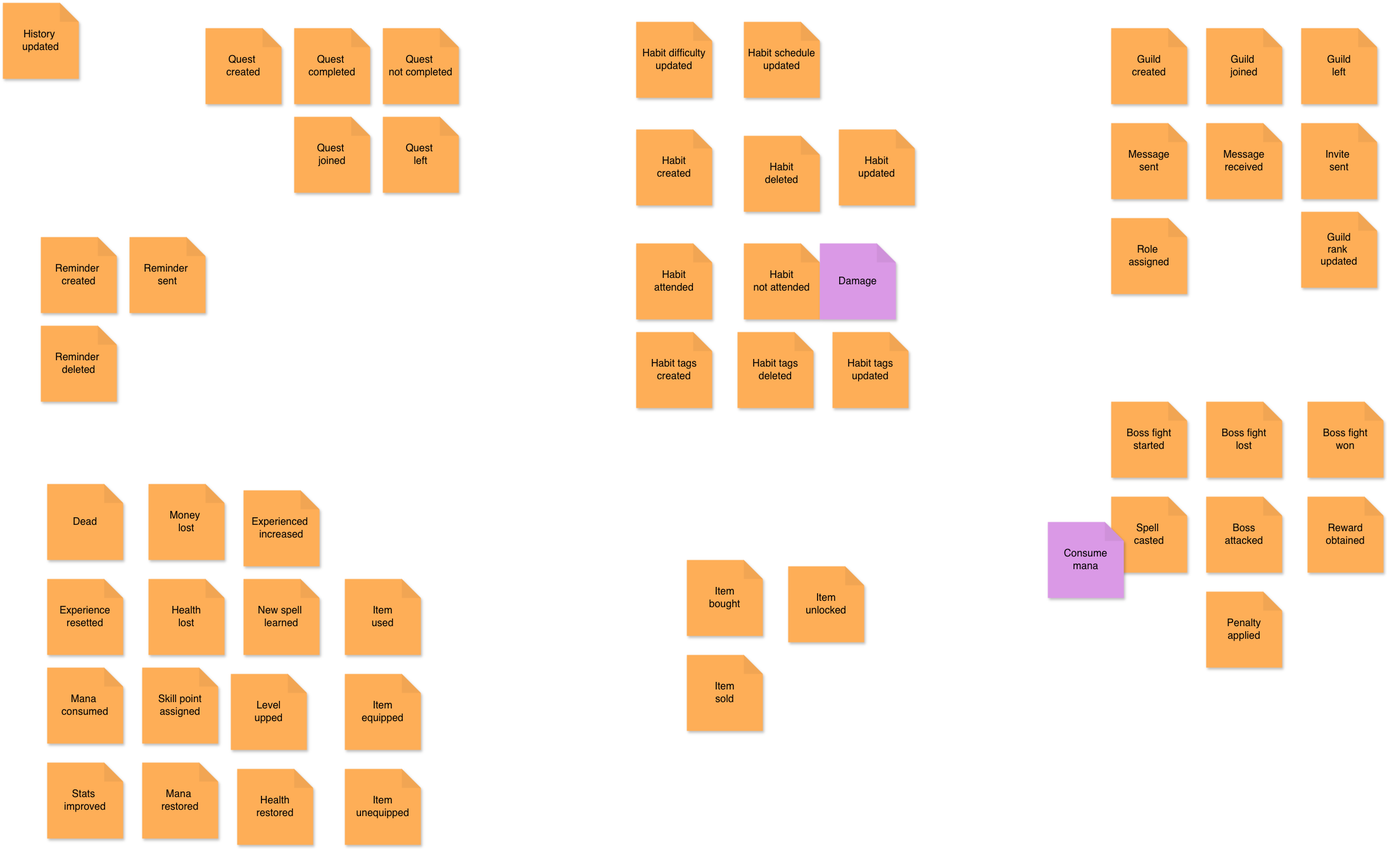
MHS-20/HabitQuest keeps this draw.io diagram as docs/EventStorming.drawio.png. Above is the earlier version. Source tidied: cells renumbered, new cells last; positions are measured from the earlier drawing's top-left corner, leaving out a move shared by most shapes.
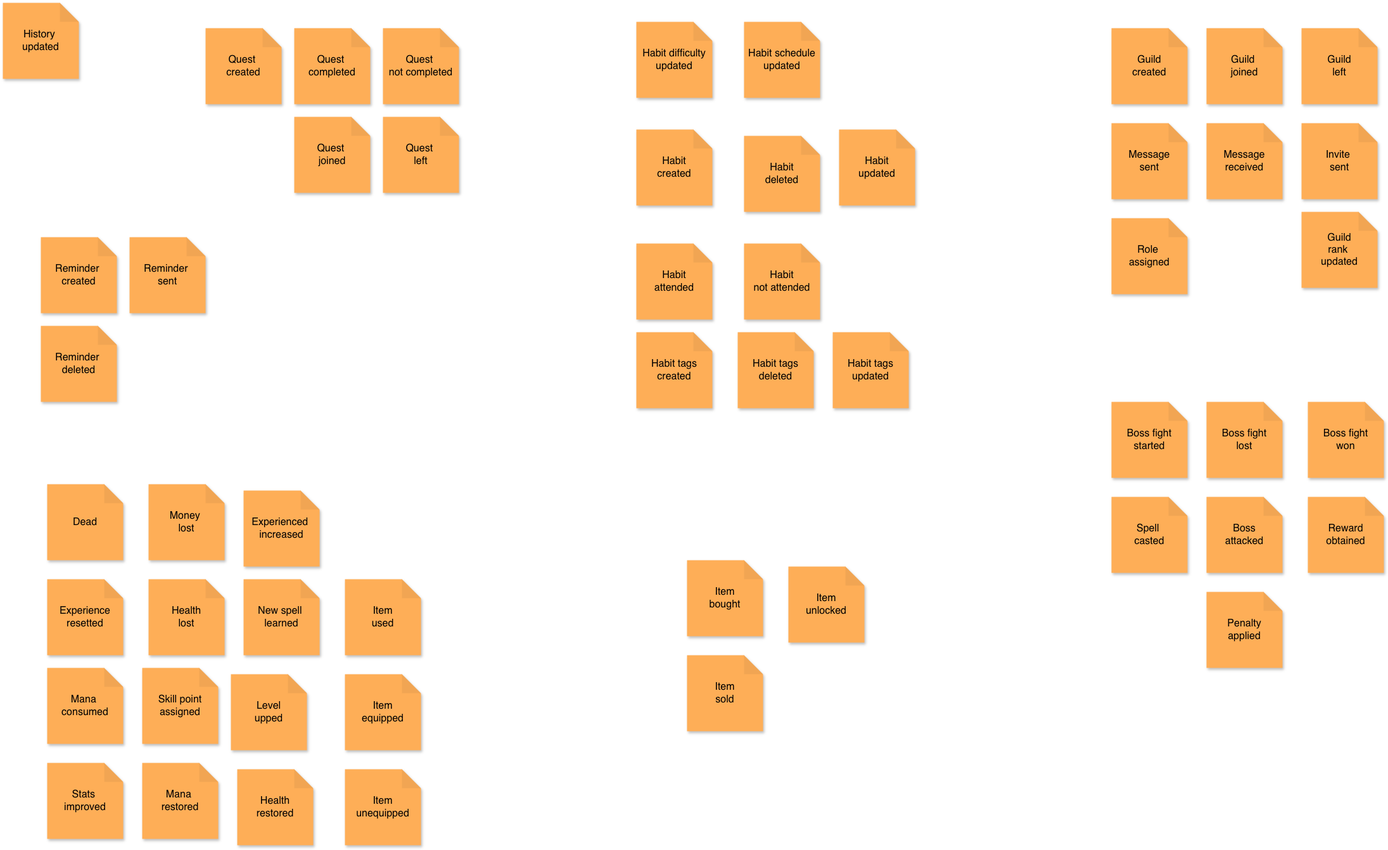
After the commit.

What changed in the source:
```diff
@@ -125,12 +125,6 @@
     <mxCell id="42" value="Mana&amp;nbsp;&lt;div&gt;consumed&lt;/div&gt;" style="shape=note;whiteSpace=wrap;html=1;backgroundOutline=1;darkOpacity=0.05;fillColor=#feae57;strokeColor=none;fontSize=16;fontStyle=0;rotation=0;shadow=1;" parent="1" vertex="1">
       <mxGeometry x="70" y="1050" width="120" height="120" as="geometry" />
     </mxCell>
-    <mxCell id="43" value="Consume&lt;div&gt;mana&lt;/div&gt;" style="shape=note;whiteSpace=wrap;html=1;backgroundOutline=1;darkOpacity=0.05;fillColor=#da99e6;strokeColor=none;fontSize=16;fontStyle=0;rotation=0;shadow=1;" parent="1" vertex="1">
-      <mxGeometry x="1650" y="820" width="120" height="120" as="geometry" />
-    </mxCell>
-    <mxCell id="44" value="Damage" style="shape=note;whiteSpace=wrap;html=1;backgroundOutline=1;darkOpacity=0.05;fillColor=#da99e6;strokeColor=none;fontSize=16;fontStyle=0;rotation=0;shadow=1;" parent="1" vertex="1">
-      <mxGeometry x="1290" y="380" width="120" height="120" as="geometry" />
-    </mxCell>
     <mxCell id="45" value="Boss&lt;div&gt;attacked&lt;/div&gt;" style="shape=note;whiteSpace=wrap;html=1;backgroundOutline=1;darkOpacity=0.05;fillColor=#feae57;strokeColor=none;fontSize=16;fontStyle=0;rotation=0;shadow=1;" parent="1" vertex="1">
       <mxGeometry x="1900" y="780" width="120" height="120" as="geometry" />
     </mxCell>
```
